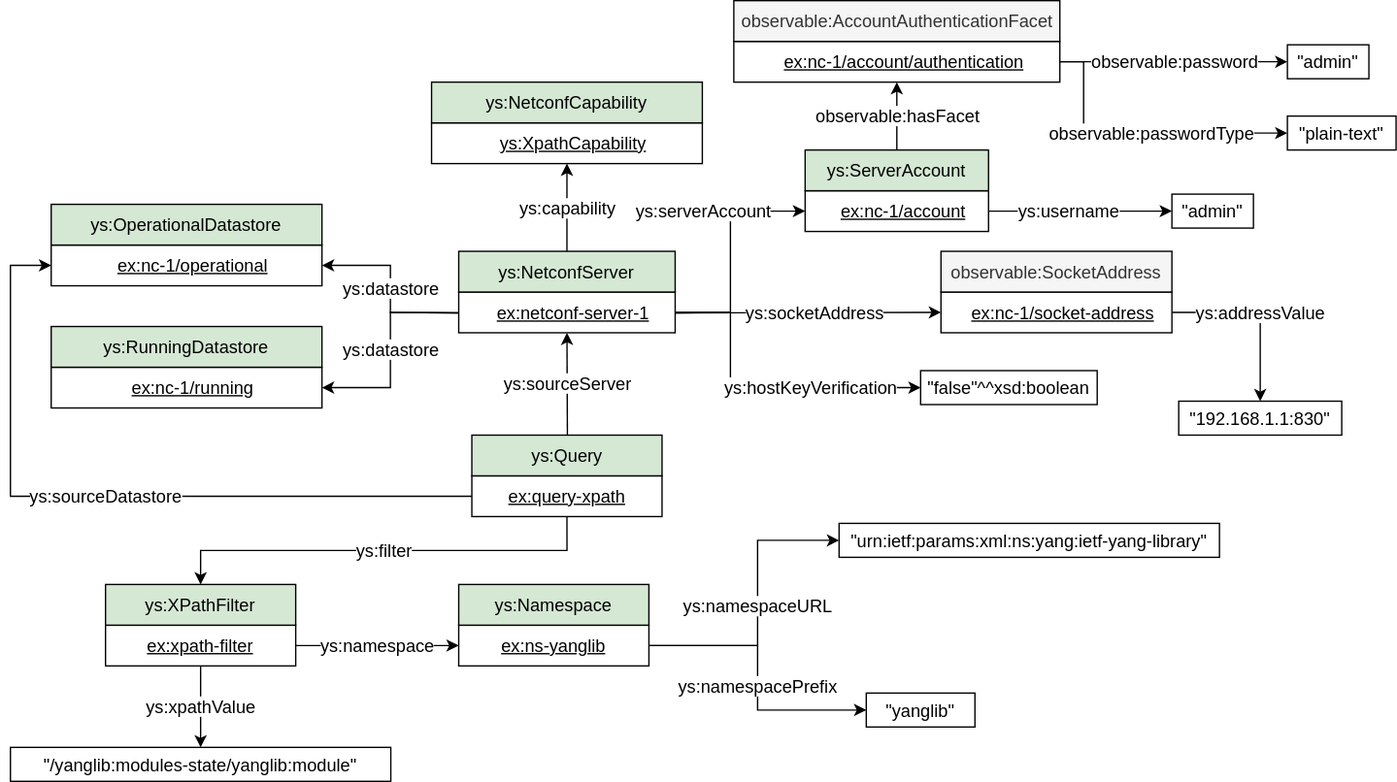
Above: docs/resources/images/yang-server-examples.svg in candil-data-fabric/yang-server-ontology (draw.io), before the change. Source tidied: cells renumbered, new cells last; positions are measured from the earlier drawing's top-left corner, leaving out a move shared by most shapes.
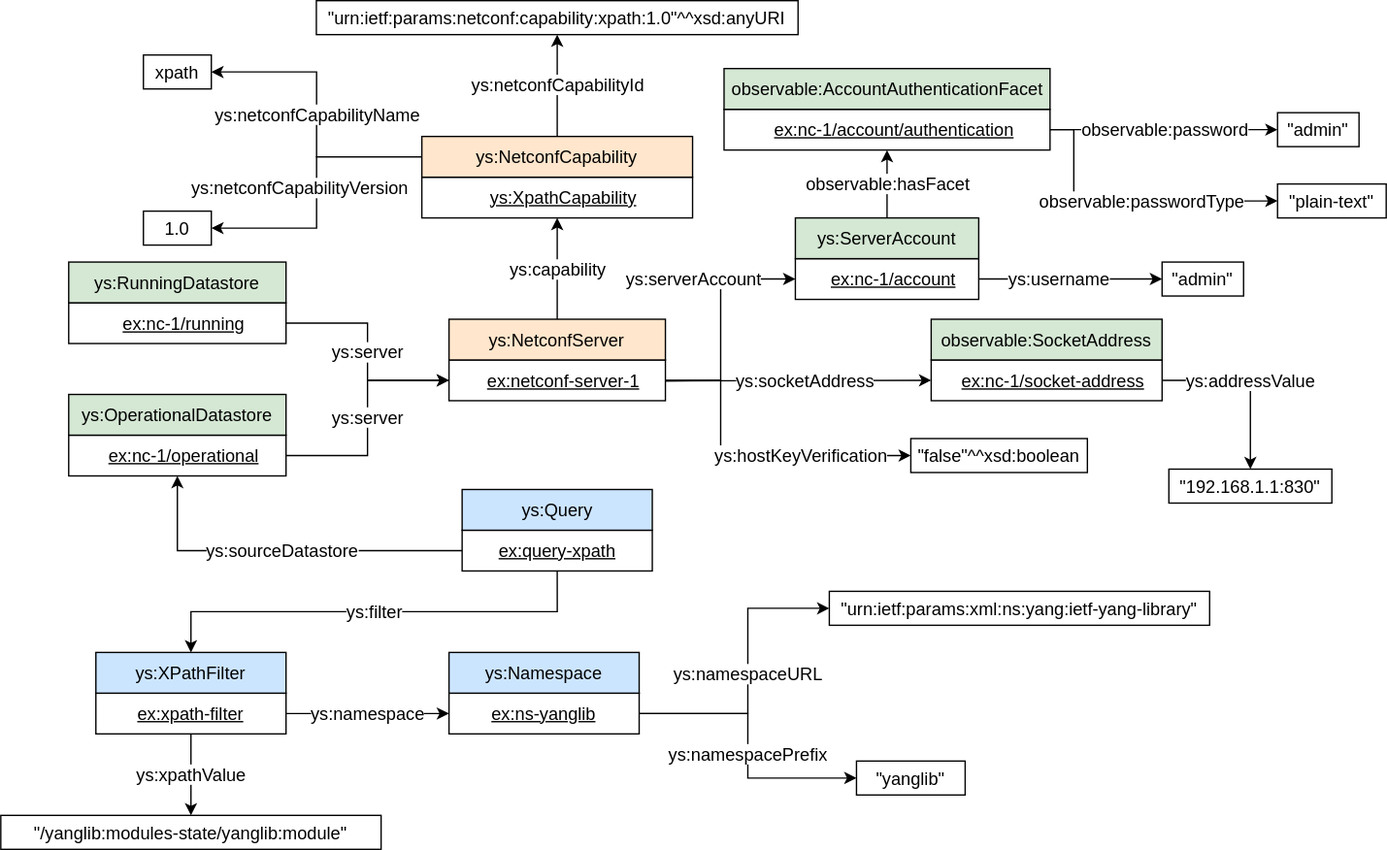
Above is the later version.

Change to the diagram source:
```diff
@@ -13,12 +13,9 @@
         </Array>
       </mxGeometry>
     </mxCell>
-    <mxCell id="4" value="ys:datastore" style="edgeStyle=orthogonalEdgeStyle;rounded=0;jettySize=auto;html=1;entryX=1;entryY=0.5;entryDx=0;entryDy=0;fontSize=13;spacing=0;strokeColor=#000000;" parent="1" edge="1" source="7" target="17">
+    <mxCell id="4" value="ys:server" style="edgeStyle=orthogonalEdgeStyle;rounded=0;jettySize=auto;html=1;fontSize=13;spacing=0;strokeColor=#000000;exitX=1;exitY=0.5;exitDx=0;exitDy=0;entryX=0;entryY=0.5;entryDx=0;entryDy=0;" parent="1" edge="1" source="17" target="7">
       <mxGeometry relative="1" as="geometry" />
     </mxCell>
-    <mxCell id="5" value="ys:datastore" style="edgeStyle=orthogonalEdgeStyle;rounded=0;jettySize=auto;html=1;entryX=1;entryY=0.5;entryDx=0;entryDy=0;fontSize=13;spacing=0;strokeColor=#000000;" parent="1" edge="1" source="7" target="15">
-      <mxGeometry relative="1" as="geometry" />
-    </mxCell>
     <mxCell id="6" value="ys:serverAccount" style="edgeStyle=orthogonalEdgeStyle;rounded=0;jettySize=auto;html=1;exitX=1;exitY=0.5;exitDx=0;exitDy=0;entryX=0;entryY=0.5;entryDx=0;entryDy=0;strokeColor=#000000;align=center;verticalAlign=middle;spacing=0;fontFamily=Helvetica;fontSize=13;fontColor=default;labelBackgroundColor=default;endArrow=classic;" parent="1" edge="1" source="7" target="37">
       <mxGeometry x="0.47" y="30" relative="1" as="geometry">
         <Array as="points">
@@ -34,7 +31,7 @@
     <mxCell id="8" value="ys:capability" style="edgeStyle=orthogonalEdgeStyle;rounded=0;jettySize=auto;html=1;exitX=0.5;exitY=0;exitDx=0;exitDy=0;entryX=0.5;entryY=1;entryDx=0;entryDy=0;fontSize=13;spacing=0;strokeColor=#000000;" parent="1" edge="1" source="9" target="19">
       <mxGeometry relative="1" as="geometry" />
     </mxCell>
-    <mxCell id="9" value="ys:NetconfServer" style="rounded=0;whiteSpace=wrap;html=1;snapToPoint=1;points=[[0.1,0],[0.2,0],[0.3,0],[0.4,0],[0.5,0],[0.6,0],[0.7,0],[0.8,0],[0.9,0],[0,0.1],[0,0.3],[0,0.5],[0,0.7],[0,0.9],[0.1,1],[0.2,1],[0.3,1],[0.4,1],[0.5,1],[0.6,1],[0.7,1],[0.8,1],[0.9,1],[1,0.1],[1,0.3],[1,0.5],[1,0.7],[1,0.9]];fillColor=#d5e8d4;strokeColor=#000000;fontSize=13;spacing=0;" parent="1" vertex="1">
+    <mxCell id="9" value="ys:NetconfServer" style="rounded=0;whiteSpace=wrap;html=1;snapToPoint=1;points=[[0.1,0],[0.2,0],[0.3,0],[0.4,0],[0.5,0],[0.6,0],[0.7,0],[0.8,0],[0.9,0],[0,0.1],[0,0.3],[0,0.5],[0,0.7],[0,0.9],[0.1,1],[0.2,1],[0.3,1],[0.4,1],[0.5,1],[0.6,1],[0.7,1],[0.8,1],[0.9,1],[1,0.1],[1,0.3],[1,0.5],[1,0.7],[1,0.9]];fillColor=#FFE6CC;strokeColor=#000000;fontSize=13;spacing=0;align=center;verticalAlign=middle;fontFamily=Helvetica;fontColor=default;" parent="1" vertex="1">
       <mxGeometry x="330" y="184.6" width="159.3" height="30" as="geometry" />
     </mxCell>
     <mxCell id="10" value="&quot;192.168.1.1:830&quot;" style="rounded=0;whiteSpace=wrap;html=1;strokeWidth=1;fontStyle=0;fontSize=13;verticalAlign=middle;spacing=0;strokeColor=#000000;" parent="1" vertex="1">
@@ -52,43 +49,47 @@
     <mxCell id="14" value="&quot;false&quot;^^xsd:boolean" style="rounded=0;whiteSpace=wrap;html=1;strokeWidth=1;fontStyle=0;fontSize=13;verticalAlign=middle;spacing=0;strokeColor=#000000;" parent="1" vertex="1">
       <mxGeometry x="670" y="272.5" width="130" height="25" as="geometry" />
     </mxCell>
+    <mxCell id="48" value="&lt;span style=&quot;font-size: 13px;&quot;&gt;ys:server&lt;/span&gt;" style="edgeStyle=orthogonalEdgeStyle;rounded=0;jettySize=auto;html=1;exitX=1;exitY=0.5;exitDx=0;exitDy=0;entryX=0;entryY=0.5;entryDx=0;entryDy=0;" parent="1" edge="1" source="15" target="7">
+      <mxGeometry relative="1" as="geometry" />
+    </mxCell>
     <mxCell id="15" value="&lt;div style=&quot;font-size: 13px;&quot;&gt;&lt;u style=&quot;font-size: 13px;&quot;&gt;ex:nc-1/running&lt;/u&gt;&lt;/div&gt;" style="rounded=0;whiteSpace=wrap;html=1;snapToPoint=1;points=[[0.1,0],[0.2,0],[0.3,0],[0.4,0],[0.5,0],[0.6,0],[0.7,0],[0.8,0],[0.9,0],[0,0.1],[0,0.3],[0,0.5],[0,0.7],[0,0.9],[0.1,1],[0.2,1],[0.3,1],[0.4,1],[0.5,1],[0.6,1],[0.7,1],[0.8,1],[0.9,1],[1,0.1],[1,0.3],[1,0.5],[1,0.7],[1,0.9]];align=center;spacingLeft=10;fontSize=13;spacing=0;strokeColor=#000000;" parent="1" vertex="1">
-      <mxGeometry x="30" y="270" width="199.3" height="30" as="geometry" />
+      <mxGeometry x="50" y="172.5" width="160" height="30" as="geometry" />
     </mxCell>
     <mxCell id="16" value="ys:RunningDatastore" style="rounded=0;whiteSpace=wrap;html=1;fillColor=#d5e8d4;strokeColor=#000000;fontSize=13;spacing=0;" parent="1" vertex="1">
-      <mxGeometry x="30" y="240" width="199.3" height="30" as="geometry" />
+      <mxGeometry x="50" y="142.5" width="160" height="30" as="geometry" />
     </mxCell>
     <mxCell id="17" value="&lt;div style=&quot;font-size: 13px;&quot;&gt;&lt;u style=&quot;font-size: 13px;&quot;&gt;ex:nc-1/operational&lt;/u&gt;&lt;/div&gt;" style="rounded=0;whiteSpace=wrap;html=1;snapToPoint=1;points=[[0.1,0],[0.2,0],[0.3,0],[0.4,0],[0.5,0],[0.6,0],[0.7,0],[0.8,0],[0.9,0],[0,0.1],[0,0.3],[0,0.5],[0,0.7],[0,0.9],[0.1,1],[0.2,1],[0.3,1],[0.4,1],[0.5,1],[0.6,1],[0.7,1],[0.8,1],[0.9,1],[1,0.1],[1,0.3],[1,0.5],[1,0.7],[1,0.9]];align=center;spacingLeft=10;fontSize=13;spacing=0;strokeColor=#000000;" parent="1" vertex="1">
-      <mxGeometry x="30" y="180" width="199.3" height="30" as="geometry" />
+      <mxGeometry x="50" y="270" width="160" height="30" as="geometry" />
     </mxCell>
     <mxCell id="18" value="ys:OperationalDatastore" style="rounded=0;whiteSpace=wrap;html=1;fillColor=#d5e8d4;strokeColor=#000000;fontSize=13;spacing=0;" parent="1" vertex="1">
-      <mxGeometry x="30" y="150" width="199.3" height="30" as="geometry" />
+      <mxGeometry x="50" y="240" width="160" height="30" as="geometry" />
     </mxCell>
     <mxCell id="19" value="&lt;div style=&quot;font-size: 13px;&quot;&gt;&lt;u style=&quot;font-size: 13px;&quot;&gt;ys:XpathCapability&lt;/u&gt;&lt;/div&gt;" style="rounded=0;whiteSpace=wrap;html=1;snapToPoint=1;points=[[0.1,0],[0.2,0],[0.3,0],[0.4,0],[0.5,0],[0.6,0],[0.7,0],[0.8,0],[0.9,0],[0,0.1],[0,0.3],[0,0.5],[0,0.7],[0,0.9],[0.1,1],[0.2,1],[0.3,1],[0.4,1],[0.5,1],[0.6,1],[0.7,1],[0.8,1],[0.9,1],[1,0.1],[1,0.3],[1,0.5],[1,0.7],[1,0.9]];align=center;spacingLeft=10;fontSize=13;spacing=0;strokeColor=#000000;" parent="1" vertex="1">
-      <mxGeometry x="310" y="90" width="199.3" height="30" as="geometry" />
+      <mxGeometry x="310" y="80" width="199.3" height="30" as="geometry" />
     </mxCell>
+    <mxCell id="49" value="ys:netconfCapabilityId" style="edgeStyle=orthogonalEdgeStyle;rounded=0;jettySize=auto;html=1;exitX=0.5;exitY=0;exitDx=0;exitDy=0;entryX=0.5;entryY=1;entryDx=0;entryDy=0;strokeColor=#000000;align=center;verticalAlign=middle;spacing=0;fontFamily=Helvetica;fontSize=13;fontColor=default;labelBackgroundColor=default;endArrow=classic;" parent="1" edge="1" source="20" target="52">
+      <mxGeometry relative="1" as="geometry" />
+    </mxCell>
+    <mxCell id="50" value="ys:netconfCapabilityName" style="edgeStyle=orthogonalEdgeStyle;rounded=0;jettySize=auto;html=1;exitX=0;exitY=0.5;exitDx=0;exitDy=0;entryX=1;entryY=0.5;entryDx=0;entryDy=0;strokeColor=#000000;align=center;verticalAlign=middle;spacing=0;fontFamily=Helvetica;fontSize=13;fontColor=default;labelBackgroundColor=default;endArrow=classic;" parent="1" edge="1" source="20" target="53">
+      <mxGeometry relative="1" as="geometry" />
+    </mxCell>
+    <mxCell id="51" value="ys:netconfCapabilityVersion" style="edgeStyle=orthogonalEdgeStyle;rounded=0;jettySize=auto;html=1;exitX=0;exitY=0.5;exitDx=0;exitDy=0;entryX=1;entryY=0.5;entryDx=0;entryDy=0;strokeColor=#000000;align=center;verticalAlign=middle;spacing=0;fontFamily=Helvetica;fontSize=13;fontColor=default;labelBackgroundColor=default;endArrow=classic;" parent="1" edge="1" source="20" target="54">
+      <mxGeometry x="-0.04" y="-13" relative="1" as="geometry" />
+    </mxCell>
-    <mxCell id="20" value="ys:NetconfCapability" style="rounded=0;whiteSpace=wrap;html=1;snapToPoint=1;points=[[0.1,0],[0.2,0],[0.3,0],[0.4,0],[0.5,0],[0.6,0],[0.7,0],[0.8,0],[0.9,0],[0,0.1],[0,0.3],[0,0.5],[0,0.7],[0,0.9],[0.1,1],[0.2,1],[0.3,1],[0.4,1],[0.5,1],[0.6,1],[0.7,1],[0.8,1],[0.9,1],[1,0.1],[1,0.3],[1,0.5],[1,0.7],[1,0.9]];fillColor=#d5e8d4;strokeColor=#000000;fontSize=13;spacing=0;" parent="1" vertex="1">
-      <mxGeometry x="310" y="60" width="199.3" height="30" as="geometry" />
+    <mxCell id="20" value="ys:NetconfCapability" style="rounded=0;whiteSpace=wrap;html=1;snapToPoint=1;points=[[0.1,0],[0.2,0],[0.3,0],[0.4,0],[0.5,0],[0.6,0],[0.7,0],[0.8,0],[0.9,0],[0,0.1],[0,0.3],[0,0.5],[0,0.7],[0,0.9],[0.1,1],[0.2,1],[0.3,1],[0.4,1],[0.5,1],[0.6,1],[0.7,1],[0.8,1],[0.9,1],[1,0.1],[1,0.3],[1,0.5],[1,0.7],[1,0.9]];fillColor=#FFE6CC;strokeColor=#000000;fontSize=13;spacing=0;align=center;verticalAlign=middle;fontFamily=Helvetica;fontColor=default;" parent="1" vertex="1">
+      <mxGeometry x="310" y="50" width="199.3" height="30" as="geometry" />
     </mxCell>
-    <mxCell id="21" value="ys:sourceDatastore" style="edgeStyle=orthogonalEdgeStyle;rounded=0;jettySize=auto;html=1;entryX=0;entryY=0.5;entryDx=0;entryDy=0;fontSize=13;strokeColor=#000000;" parent="1" edge="1" source="23" target="17">
-      <mxGeometry relative="1" as="geometry">
-        <Array as="points">
-          <mxPoint y="365" />
-          <mxPoint y="195" />
-        </Array>
-      </mxGeometry>
+    <mxCell id="21" value="ys:sourceDatastore" style="edgeStyle=orthogonalEdgeStyle;rounded=0;jettySize=auto;html=1;entryX=0.5;entryY=1;entryDx=0;entryDy=0;fontSize=13;strokeColor=#000000;" parent="1" edge="1" source="23" target="17">
+      <mxGeometry relative="1" as="geometry" />
     </mxCell>
     <mxCell id="22" value="ys:filter" style="edgeStyle=orthogonalEdgeStyle;rounded=0;jettySize=auto;html=1;exitX=0.5;exitY=1;exitDx=0;exitDy=0;entryX=0.5;entryY=0;entryDx=0;entryDy=0;fontSize=13;strokeColor=#000000;" parent="1" edge="1" source="23" target="29">
       <mxGeometry relative="1" as="geometry" />
     </mxCell>
     <mxCell id="23" value="&lt;div style=&quot;font-size: 13px;&quot;&gt;&lt;u style=&quot;font-size: 13px;&quot;&gt;ex:query-xpath&lt;/u&gt;&lt;/div&gt;" style="rounded=0;whiteSpace=wrap;html=1;snapToPoint=1;points=[[0.1,0],[0.2,0],[0.3,0],[0.4,0],[0.5,0],[0.6,0],[0.7,0],[0.8,0],[0.9,0],[0,0.1],[0,0.3],[0,0.5],[0,0.7],[0,0.9],[0.1,1],[0.2,1],[0.3,1],[0.4,1],[0.5,1],[0.6,1],[0.7,1],[0.8,1],[0.9,1],[1,0.1],[1,0.3],[1,0.5],[1,0.7],[1,0.9]];align=center;spacingLeft=0;fontSize=13;spacing=0;strokeColor=#000000;" parent="1" vertex="1">
-      <mxGeometry x="339.7" y="350" width="140" height="30" as="geometry" />
+      <mxGeometry x="339.7" y="340" width="140" height="30" as="geometry" />
     </mxCell>
-    <mxCell id="24" value="ys:sourceServer" style="edgeStyle=orthogonalEdgeStyle;rounded=0;jettySize=auto;html=1;entryX=0.5;entryY=1;entryDx=0;entryDy=0;fontSize=13;strokeColor=#000000;" parent="1" edge="1" source="25" target="7">
-      <mxGeometry relative="1" as="geometry" />
-    </mxCell>
-    <mxCell id="25" value="ys:Query" style="rounded=0;whiteSpace=wrap;html=1;snapToPoint=1;points=[[0.1,0],[0.2,0],[0.3,0],[0.4,0],[0.5,0],[0.6,0],[0.7,0],[0.8,0],[0.9,0],[0,0.1],[0,0.3],[0,0.5],[0,0.7],[0,0.9],[0.1,1],[0.2,1],[0.3,1],[0.4,1],[0.5,1],[0.6,1],[0.7,1],[0.8,1],[0.9,1],[1,0.1],[1,0.3],[1,0.5],[1,0.7],[1,0.9]];fillColor=#d5e8d4;strokeColor=#000000;fontSize=13;spacing=0;" parent="1" vertex="1">
-      <mxGeometry x="339.7" y="320" width="140" height="30" as="geometry" />
+    <mxCell id="25" value="ys:Query" style="rounded=0;whiteSpace=wrap;html=1;snapToPoint=1;points=[[0.1,0],[0.2,0],[0.3,0],[0.4,0],[0.5,0],[0.6,0],[0.7,0],[0.8,0],[0.9,0],[0,0.1],[0,0.3],[0,0.5],[0,0.7],[0,0.9],[0.1,1],[0.2,1],[0.3,1],[0.4,1],[0.5,1],[0.6,1],[0.7,1],[0.8,1],[0.9,1],[1,0.1],[1,0.3],[1,0.5],[1,0.7],[1,0.9]];fillColor=#CCE5FF;strokeColor=#000000;fontSize=13;spacing=0;align=center;verticalAlign=middle;fontFamily=Helvetica;fontColor=default;" parent="1" vertex="1">
+      <mxGeometry x="339.7" y="310" width="140" height="30" as="geometry" />
     </mxCell>
     <mxCell id="26" value="ys:namespace" style="edgeStyle=orthogonalEdgeStyle;rounded=0;jettySize=auto;html=1;entryX=0;entryY=0.5;entryDx=0;entryDy=0;fontSize=13;strokeColor=#000000;" parent="1" edge="1" source="28" target="32">
       <mxGeometry relative="1" as="geometry" />
@@ -99,7 +100,7 @@
     <mxCell id="28" value="&lt;div style=&quot;font-size: 13px;&quot;&gt;&lt;u style=&quot;font-size: 13px;&quot;&gt;ex:xpath-filter&lt;/u&gt;&lt;/div&gt;" style="rounded=0;whiteSpace=wrap;html=1;snapToPoint=1;points=[[0.1,0],[0.2,0],[0.3,0],[0.4,0],[0.5,0],[0.6,0],[0.7,0],[0.8,0],[0.9,0],[0,0.1],[0,0.3],[0,0.5],[0,0.7],[0,0.9],[0.1,1],[0.2,1],[0.3,1],[0.4,1],[0.5,1],[0.6,1],[0.7,1],[0.8,1],[0.9,1],[1,0.1],[1,0.3],[1,0.5],[1,0.7],[1,0.9]];align=center;spacingLeft=0;fontSize=13;spacing=0;strokeColor=#000000;" parent="1" vertex="1">
       <mxGeometry x="70" y="460" width="140" height="30" as="geometry" />
     </mxCell>
-    <mxCell id="29" value="ys:XPathFilter" style="rounded=0;whiteSpace=wrap;html=1;snapToPoint=1;points=[[0.1,0],[0.2,0],[0.3,0],[0.4,0],[0.5,0],[0.6,0],[0.7,0],[0.8,0],[0.9,0],[0,0.1],[0,0.3],[0,0.5],[0,0.7],[0,0.9],[0.1,1],[0.2,1],[0.3,1],[0.4,1],[0.5,1],[0.6,1],[0.7,1],[0.8,1],[0.9,1],[1,0.1],[1,0.3],[1,0.5],[1,0.7],[1,0.9]];fillColor=#d5e8d4;strokeColor=#000000;fontSize=13;spacing=0;" parent="1" vertex="1">
+    <mxCell id="29" value="ys:XPathFilter" style="rounded=0;whiteSpace=wrap;html=1;snapToPoint=1;points=[[0.1,0],[0.2,0],[0.3,0],[0.4,0],[0.5,0],[0.6,0],[0.7,0],[0.8,0],[0.9,0],[0,0.1],[0,0.3],[0,0.5],[0,0.7],[0,0.9],[0.1,1],[0.2,1],[0.3,1],[0.4,1],[0.5,1],[0.6,1],[0.7,1],[0.8,1],[0.9,1],[1,0.1],[1,0.3],[1,0.5],[1,0.7],[1,0.9]];fillColor=#CCE5FF;strokeColor=#000000;fontSize=13;spacing=0;align=center;verticalAlign=middle;fontFamily=Helvetica;fontColor=default;" parent="1" vertex="1">
       <mxGeometry x="70" y="430" width="140" height="30" as="geometry" />
     </mxCell>
     <mxCell id="30" value="ys:namespacePrefix" style="edgeStyle=orthogonalEdgeStyle;rounded=0;jettySize=auto;html=1;entryX=0;entryY=0.5;entryDx=0;entryDy=0;fontSize=13;strokeColor=#000000;" parent="1" edge="1" source="32" target="35">
@@ -122,7 +123,7 @@
     <mxCell id="32" value="&lt;div style=&quot;font-size: 13px;&quot;&gt;&lt;u style=&quot;font-size: 13px;&quot;&gt;ex:ns-yanglib&lt;/u&gt;&lt;/div&gt;" style="rounded=0;whiteSpace=wrap;html=1;snapToPoint=1;points=[[0.1,0],[0.2,0],[0.3,0],[0.4,0],[0.5,0],[0.6,0],[0.7,0],[0.8,0],[0.9,0],[0,0.1],[0,0.3],[0,0.5],[0,0.7],[0,0.9],[0.1,1],[0.2,1],[0.3,1],[0.4,1],[0.5,1],[0.6,1],[0.7,1],[0.8,1],[0.9,1],[1,0.1],[1,0.3],[1,0.5],[1,0.7],[1,0.9]];align=center;spacingLeft=0;fontSize=13;spacing=0;strokeColor=#000000;" parent="1" vertex="1">
       <mxGeometry x="330" y="460" width="140" height="30" as="geometry" />
     </mxCell>
-    <mxCell id="33" value="ys:Namespace" style="rounded=0;whiteSpace=wrap;html=1;fillColor=#d5e8d4;strokeColor=#000000;fontSize=13;spacing=0;" parent="1" vertex="1">
+    <mxCell id="33" value="ys:Namespace" style="rounded=0;whiteSpace=wrap;html=1;fillColor=#CCE5FF;strokeColor=#000000;fontSize=13;spacing=0;align=center;verticalAlign=middle;fontFamily=Helvetica;fontColor=default;" parent="1" vertex="1">
       <mxGeometry x="330" y="430" width="140" height="30" as="geometry" />
     </mxCell>
     <mxCell id="34" value="&quot;urn:ietf:params:xml:ns:yang:ietf-yang-library&quot;" style="rounded=0;whiteSpace=wrap;html=1;strokeWidth=1;fontStyle=0;fontSize=13;verticalAlign=middle;spacing=0;strokeColor=#000000;" parent="1" vertex="1">
@@ -146,7 +147,7 @@
     <mxCell id="40" value="&lt;div style=&quot;font-size: 13px;&quot;&gt;&lt;u style=&quot;font-size: 13px;&quot;&gt;ex:nc-1/account/authentication&lt;/u&gt;&lt;/div&gt;" style="rounded=0;whiteSpace=wrap;html=1;snapToPoint=1;points=[[0.1,0],[0.2,0],[0.3,0],[0.4,0],[0.5,0],[0.6,0],[0.7,0],[0.8,0],[0.9,0],[0,0.1],[0,0.3],[0,0.5],[0,0.7],[0,0.9],[0.1,1],[0.2,1],[0.3,1],[0.4,1],[0.5,1],[0.6,1],[0.7,1],[0.8,1],[0.9,1],[1,0.1],[1,0.3],[1,0.5],[1,0.7],[1,0.9]];align=center;spacingLeft=10;fontSize=13;spacing=0;strokeColor=#000000;" parent="1" vertex="1">
       <mxGeometry x="532.5" y="30" width="240" height="30" as="geometry" />
     </mxCell>
-    <mxCell id="41" value="observable:AccountAuthenticationFacet" style="rounded=0;whiteSpace=wrap;html=1;fillColor=#f5f5f5;strokeColor=#000000;fontSize=13;spacing=0;fontColor=#333333;" parent="1" vertex="1">
+    <mxCell id="41" value="observable:AccountAuthenticationFacet" style="rounded=0;whiteSpace=wrap;html=1;fillColor=#d5e8d4;strokeColor=#000000;fontSize=13;spacing=0;fontColor=default;align=center;verticalAlign=middle;fontFamily=Helvetica;" parent="1" vertex="1">
       <mxGeometry x="532.5" width="240" height="30" as="geometry" />
     </mxCell>
     <mxCell id="42" value="&quot;plain-text&quot;" style="rounded=0;whiteSpace=wrap;html=1;strokeWidth=1;fontStyle=0;fontSize=13;verticalAlign=middle;spacing=0;strokeColor=#000000;" parent="1" vertex="1">
@@ -169,8 +170,17 @@
     <mxCell id="46" value="&lt;div style=&quot;font-size: 13px;&quot;&gt;&lt;u style=&quot;font-size: 13px;&quot;&gt;ex:nc-1/socket-address&lt;/u&gt;&lt;/div&gt;" style="rounded=0;whiteSpace=wrap;html=1;snapToPoint=1;points=[[0.1,0],[0.2,0],[0.3,0],[0.4,0],[0.5,0],[0.6,0],[0.7,0],[0.8,0],[0.9,0],[0,0.1],[0,0.3],[0,0.5],[0,0.7],[0,0.9],[0.1,1],[0.2,1],[0.3,1],[0.4,1],[0.5,1],[0.6,1],[0.7,1],[0.8,1],[0.9,1],[1,0.1],[1,0.3],[1,0.5],[1,0.7],[1,0.9]];align=center;spacingLeft=10;fontSize=13;spacing=0;strokeColor=#000000;" parent="1" vertex="1">
       <mxGeometry x="685" y="214.6" width="170" height="30" as="geometry" />
     </mxCell>
-    <mxCell id="47" value="observable:SocketAddress" style="rounded=0;whiteSpace=wrap;html=1;fillColor=#f5f5f5;strokeColor=#000000;fontSize=13;spacing=0;fontColor=#333333;" parent="1" vertex="1">
+    <mxCell id="47" value="observable:SocketAddress" style="rounded=0;whiteSpace=wrap;html=1;fillColor=#d5e8d4;strokeColor=#000000;fontSize=13;spacing=0;fontColor=default;align=center;verticalAlign=middle;fontFamily=Helvetica;" parent="1" vertex="1">
       <mxGeometry x="685" y="184.6" width="170" height="30" as="geometry" />
     </mxCell>
+    <mxCell id="52" value="&quot;urn:ietf:params:netconf:capability:xpath:1.0&quot;^^xsd:anyURI" style="rounded=0;whiteSpace=wrap;html=1;strokeWidth=1;fontStyle=0;fontSize=13;verticalAlign=middle;spacing=0;strokeColor=#000000;" parent="1" vertex="1">
+      <mxGeometry x="232.3" y="-50" width="354.7" height="25" as="geometry" />
+    </mxCell>
+    <mxCell id="53" value="xpath" style="rounded=0;whiteSpace=wrap;html=1;strokeWidth=1;fontStyle=0;fontSize=13;verticalAlign=middle;spacing=0;strokeColor=#000000;" parent="1" vertex="1">
+      <mxGeometry x="105" y="-10" width="50" height="25" as="geometry" />
+    </mxCell>
+    <mxCell id="54" value="1.0" style="rounded=0;whiteSpace=wrap;html=1;strokeWidth=1;fontStyle=0;fontSize=13;verticalAlign=middle;spacing=0;strokeColor=#000000;" parent="1" vertex="1">
+      <mxGeometry x="105" y="105" width="50" height="25" as="geometry" />
+    </mxCell>
   </root>
 </mxGraphModel>
```
